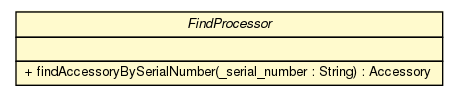
The Graphviz diagram javadoc/coreserver/com/connectlife/coreserver/environment/FindProcessor.png in ericpinet/ConnectLife, before a commit. Its source is kept beside it as javadoc/coreserver/com/connectlife/coreserver/environment/FindProcessor.dot.
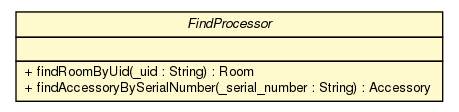
The same diagram one commit later.

Diff of the diagram source:
```diff
@@ -12,6 +12,7 @@
 <tr><td align="left" balign="left">  </td></tr>
 		</table></td></tr>
 		<tr><td><table border="0" cellspacing="0" cellpadding="1">
+<tr><td align="left" balign="left"> + findRoomByUid(_uid : String) : Room </td></tr>
 <tr><td align="left" balign="left"> + findAccessoryBySerialNumber(_serial_number : String) : Accessory </td></tr>
 		</table></td></tr>
 		</table>>, fontname="Helvetica", fontcolor="black", fontsize=10.0];
```
